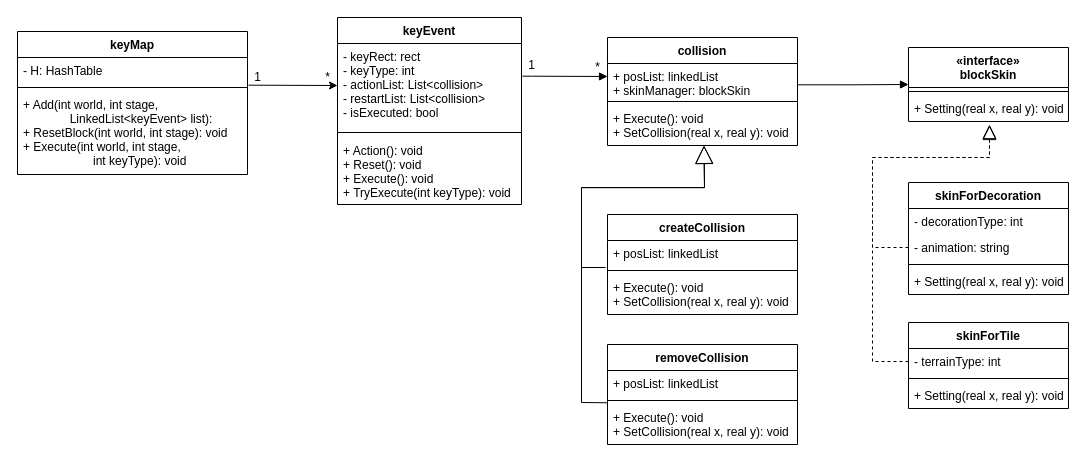
The draw.io diagram Diagram/KeySwitch.drawio in jsm150/OrangeMushroomStory, before the edit. Source tidied: cells renumbered, new cells numbered last; positions are measured from the earlier drawing's top-left corner, leaving out a move shared by most shapes. Both pictures are drawn from the tidied source at 100%, with x=0, y=0 at pixel (17, 17).
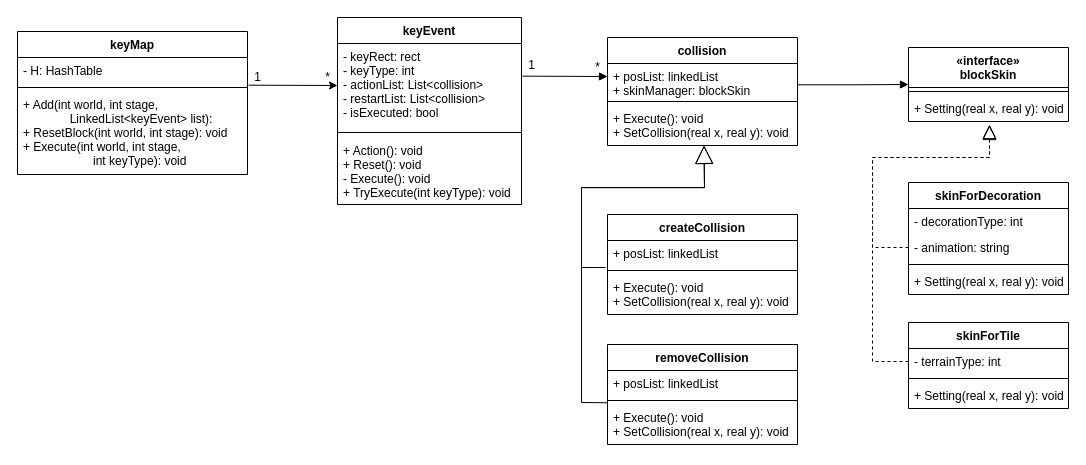
Above is the later version.

Unchanged cells that the change refers to:
```xml
<mxCell id="2" value="keyEvent" style="swimlane;fontStyle=1;align=center;verticalAlign=top;horizontal=1;startSize=26;" parent="1" vertex="1">
  <mxGeometry x="320" width="184" height="187" as="geometry" />
</mxCell>
```

Change to the diagram source:
```diff
@@
-    <mxCell id="5" value="+ Action(): void&#10;+ Reset(): void&#10;+ Execute(): void&#10;+ TryExecute(int keyType): void" style="text;strokeColor=none;fillColor=none;align=left;verticalAlign=top;spacingLeft=4;spacingRight=4;overflow=hidden;" parent="2" vertex="1">
+    <mxCell id="5" value="+ Action(): void&#10;+ Reset(): void&#10;- Execute(): void&#10;+ TryExecute(int keyType): void" style="text;strokeColor=none;fillColor=none;align=left;verticalAlign=top;spacingLeft=4;spacingRight=4;overflow=hidden;" parent="2" vertex="1">
       <mxGeometry y="120" width="184" height="67" as="geometry" />
     </mxCell>
```
